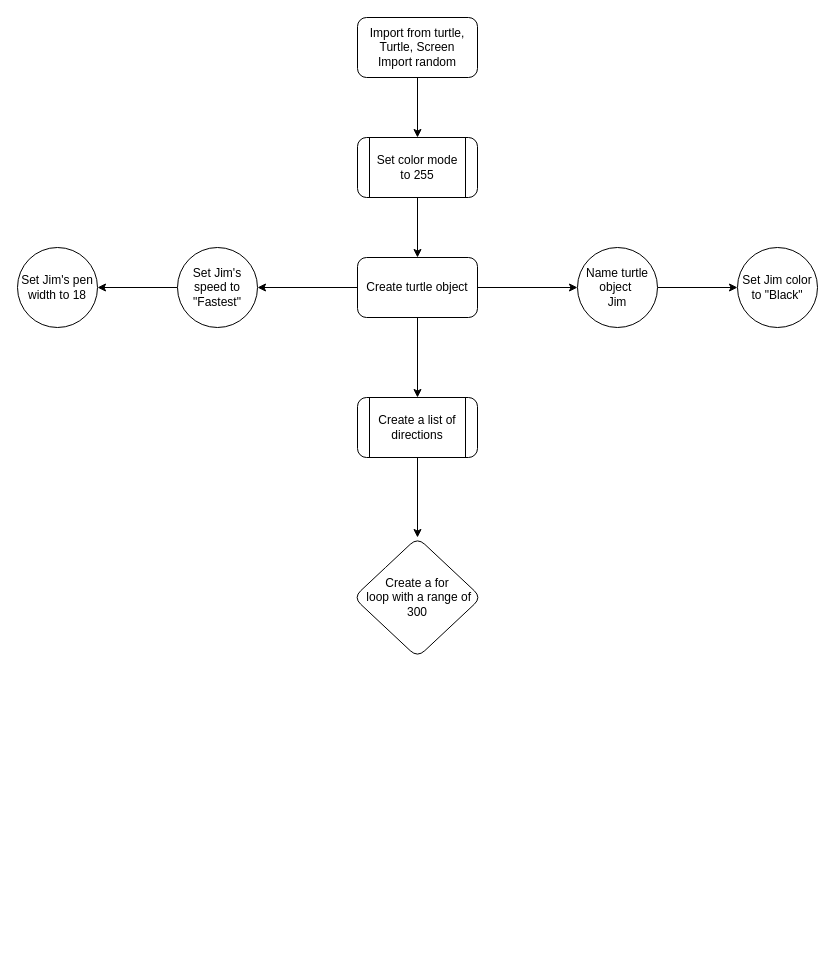
Above: turtle_random_walk.drawio in Matasem-h/new_flowcharts (draw.io), before the change. Source tidied: cells renumbered, new cells numbered last; positions are measured from the earlier drawing's top-left corner, leaving out a move shared by most shapes. Both pictures are drawn from the tidied source at 100%, with x=0, y=0 at pixel (17, 17).
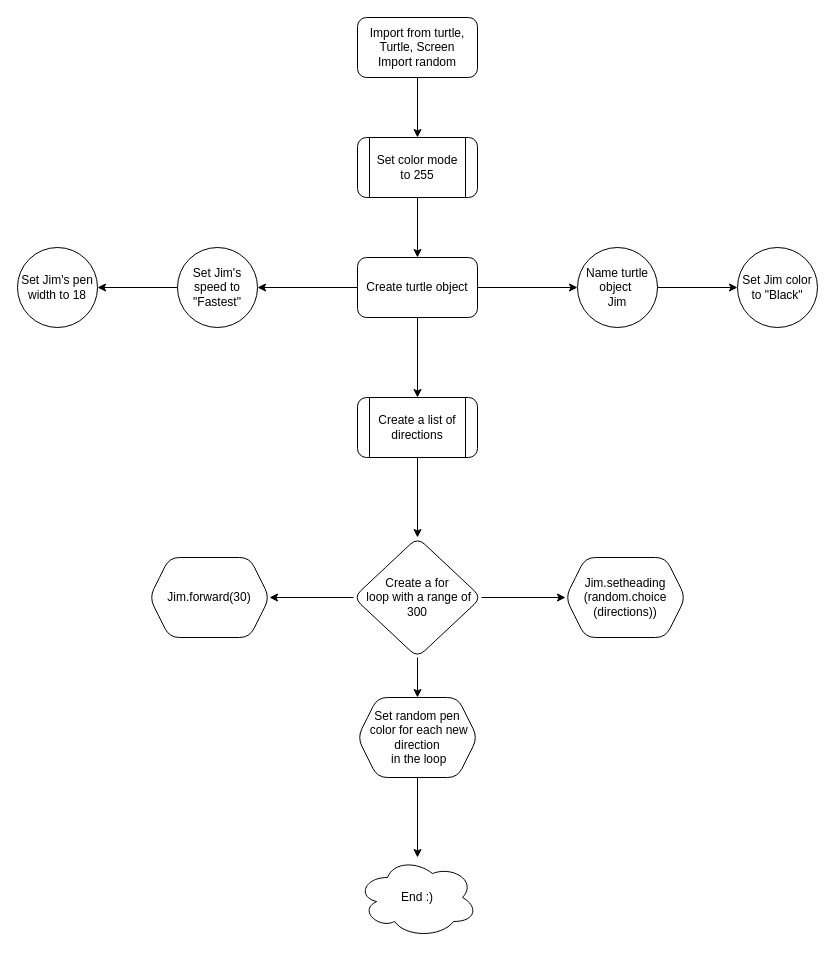
The same diagram, later.

The change refers to these unchanged cells:
```xml
<mxCell id="18" value="&lt;div&gt;Create a for&lt;/div&gt;&lt;div&gt;&amp;nbsp;loop with a range of 300&lt;/div&gt;" style="rhombus;whiteSpace=wrap;html=1;rounded=1;" parent="1" vertex="1">
  <mxGeometry x="336" y="520" width="128" height="120" as="geometry" />
</mxCell>
```

Diff of the diagram source:
```diff
@@
+    <mxCell id="19" style="edgeStyle=orthogonalEdgeStyle;rounded=0;jettySize=auto;html=1;" parent="1" edge="1" source="18" target="22">
+      <mxGeometry relative="1" as="geometry" />
+    </mxCell>
+    <mxCell id="20" style="edgeStyle=orthogonalEdgeStyle;rounded=0;jettySize=auto;html=1;" parent="1" edge="1" source="18" target="23">
+      <mxGeometry relative="1" as="geometry" />
+    </mxCell>
+    <mxCell id="21" style="edgeStyle=orthogonalEdgeStyle;rounded=0;jettySize=auto;html=1;" parent="1" edge="1" source="18" target="25">
+      <mxGeometry relative="1" as="geometry" />
+    </mxCell>
@@
+    <mxCell id="22" value="Jim.forward(30)" style="shape=hexagon;perimeter=hexagonPerimeter2;whiteSpace=wrap;html=1;fixedSize=1;rounded=1;" parent="1" vertex="1">
+      <mxGeometry x="132" y="540" width="120" height="80" as="geometry" />
+    </mxCell>
+    <mxCell id="23" value="&lt;div&gt;Jim.setheading&lt;/div&gt;&lt;div&gt;(random.choice&lt;/div&gt;&lt;div&gt;(directions))&lt;/div&gt;" style="shape=hexagon;perimeter=hexagonPerimeter2;whiteSpace=wrap;html=1;fixedSize=1;rounded=1;" parent="1" vertex="1">
+      <mxGeometry x="548" y="540" width="120" height="80" as="geometry" />
+    </mxCell>
+    <mxCell id="24" style="edgeStyle=orthogonalEdgeStyle;rounded=0;jettySize=auto;html=1;" parent="1" edge="1" source="25" target="26">
+      <mxGeometry relative="1" as="geometry" />
+    </mxCell>
+    <mxCell id="25" value="&lt;div&gt;Set random pen&lt;/div&gt;&lt;div&gt;&amp;nbsp;color for each new direction&lt;/div&gt;&lt;div&gt;&amp;nbsp;in the loop&lt;/div&gt;" style="shape=hexagon;perimeter=hexagonPerimeter2;whiteSpace=wrap;html=1;fixedSize=1;rounded=1;" parent="1" vertex="1">
+      <mxGeometry x="340" y="680" width="120" height="80" as="geometry" />
+    </mxCell>
+    <mxCell id="26" value="End :)" style="ellipse;shape=cloud;whiteSpace=wrap;html=1;rounded=1;" parent="1" vertex="1">
+      <mxGeometry x="340" y="840" width="120" height="80" as="geometry" />
+    </mxCell>
```
